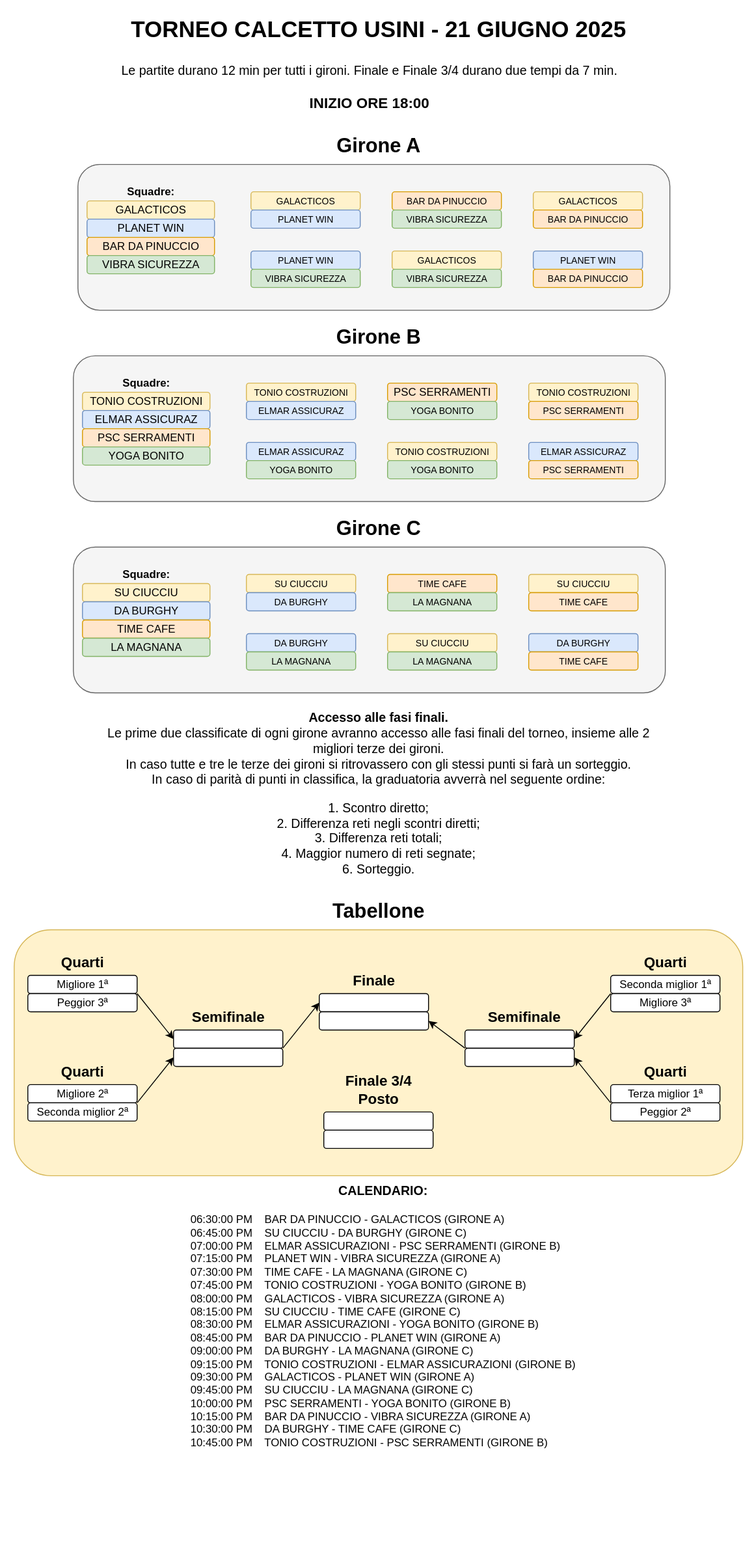
This is torneo-calcetto-2-2025/tabellone.svg from cscalaresu/tornei, a draw.io export, as it was before one commit. Source tidied: cells renumbered, new cells last; positions are measured from the earlier drawing's top-left corner, leaving out a move shared by most shapes.
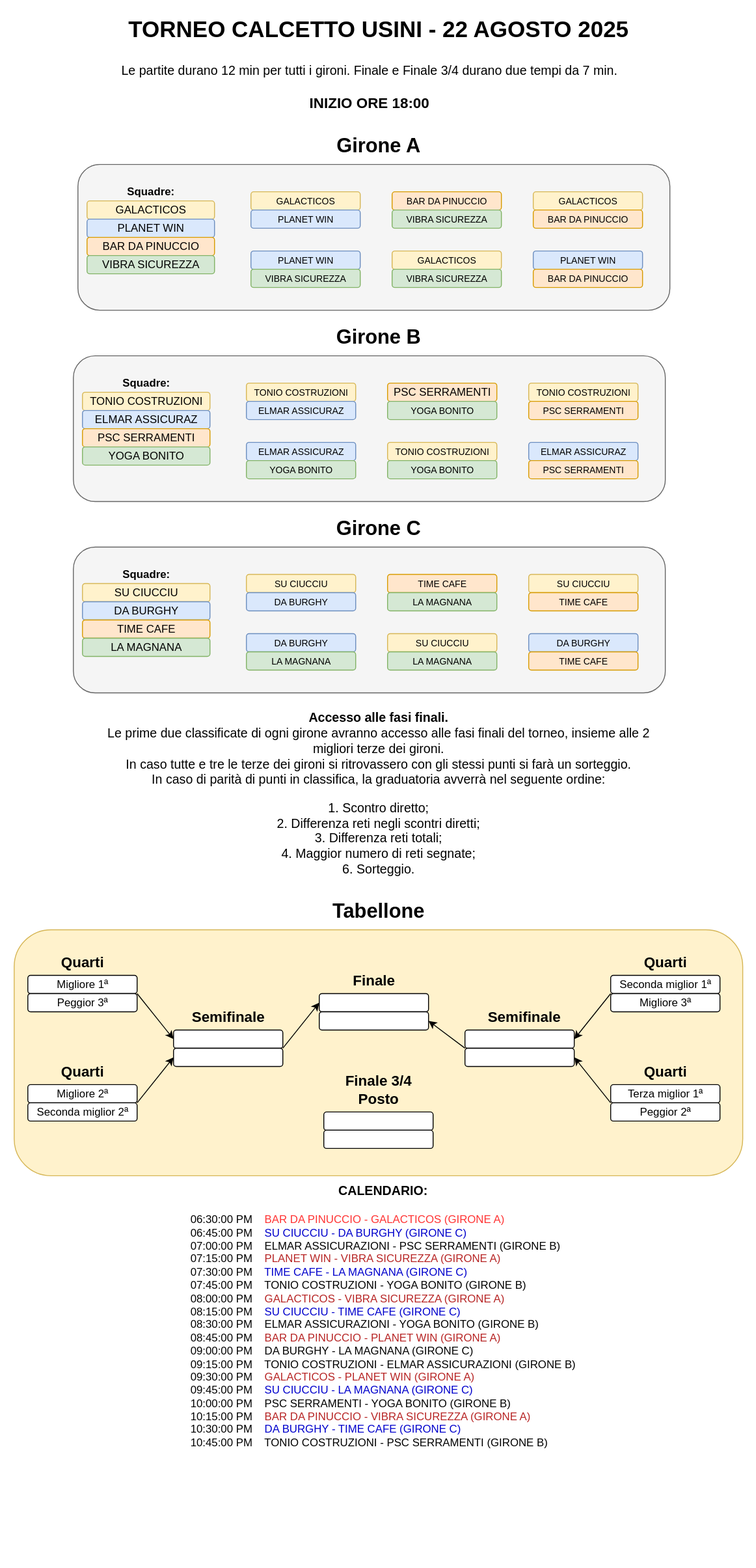
The same diagram one commit later.

Change to the diagram source:
```diff
@@ -8,7 +8,7 @@
     <mxCell id="3" value="&lt;font style=&quot;font-size: 22px;&quot;&gt;&lt;b&gt;Girone A&lt;/b&gt;&lt;/font&gt;" style="text;html=1;align=center;verticalAlign=middle;whiteSpace=wrap;rounded=0;" parent="1" vertex="1">
       <mxGeometry x="220" y="150" width="390" height="20" as="geometry" />
     </mxCell>
-    <mxCell id="4" value="&lt;font style=&quot;font-size: 25px;&quot;&gt;&lt;b&gt;TORNEO CALCETTO USINI - 21 GIUGNO 2025&lt;/b&gt;&lt;/font&gt;" style="text;html=1;align=center;verticalAlign=middle;whiteSpace=wrap;rounded=0;" parent="1" vertex="1">
+    <mxCell id="4" value="&lt;font style=&quot;font-size: 25px;&quot;&gt;&lt;b&gt;TORNEO CALCETTO USINI - 22 AGOSTO 2025&lt;/b&gt;&lt;/font&gt;" style="text;html=1;align=center;verticalAlign=middle;whiteSpace=wrap;rounded=0;" parent="1" vertex="1">
       <mxGeometry width="830" height="60" as="geometry" />
     </mxCell>
     <mxCell id="5" style="rounded=1;whiteSpace=wrap;html=1;fillColor=#f5f5f5;fontColor=#333333;strokeColor=#666666;" parent="1" vertex="1">
@@ -281,7 +281,7 @@
     <mxCell id="94" value="&lt;b&gt;Squadre:&lt;/b&gt;" style="text;html=1;align=center;verticalAlign=middle;whiteSpace=wrap;rounded=0;" parent="1" vertex="1">
       <mxGeometry x="110" y="200" width="110" height="20" as="geometry" />
     </mxCell>
-    <mxCell id="95" value="&lt;div align=&quot;center&quot;&gt;&lt;font style=&quot;font-size: 14px;&quot;&gt;&lt;b&gt;CALENDARIO:&lt;/b&gt;&lt;/font&gt;&lt;/div&gt;&lt;div align=&quot;center&quot;&gt;&lt;font style=&quot;font-size: 14px;&quot;&gt;&lt;b&gt;&lt;br&gt;&lt;/b&gt;&lt;/font&gt;&lt;/div&gt;&lt;div align=&quot;left&quot;&gt;06:30:00 PM&amp;nbsp; &amp;nbsp; BAR DA PINUCCIO - GALACTICOS (GIRONE A)&lt;br&gt;06:45:00 PM&amp;nbsp; &amp;nbsp; SU CIUCCIU - DA BURGHY (GIRONE C)&lt;br&gt;07:00:00 PM&amp;nbsp; &amp;nbsp; ELMAR ASSICURAZIONI - PSC SERRAMENTI (GIRONE B)&lt;br&gt;07:15:00 PM&amp;nbsp; &amp;nbsp; PLANET WIN - VIBRA SICUREZZA (GIRONE A)&lt;br&gt;07:30:00 PM&amp;nbsp; &amp;nbsp; TIME CAFE - LA MAGNANA (GIRONE C)&lt;br&gt;07:45:00 PM&amp;nbsp; &amp;nbsp; TONIO COSTRUZIONI - YOGA BONITO (GIRONE B)&lt;br&gt;08:00:00 PM&amp;nbsp; &amp;nbsp; GALACTICOS - VIBRA SICUREZZA (GIRONE A)&lt;br&gt;08:15:00 PM&amp;nbsp; &amp;nbsp; SU CIUCCIU - TIME CAFE (GIRONE C)&lt;br&gt;08:30:00 PM&amp;nbsp; &amp;nbsp; ELMAR ASSICURAZIONI - YOGA BONITO (GIRONE B)&lt;br&gt;08:45:00 PM&amp;nbsp; &amp;nbsp; BAR DA PINUCCIO - PLANET WIN (GIRONE A)&lt;br&gt;09:00:00 PM&amp;nbsp; &amp;nbsp; DA BURGHY - LA MAGNANA (GIRONE C)&lt;br&gt;09:15:00 PM&amp;nbsp; &amp;nbsp; TONIO COSTRUZIONI - ELMAR ASSICURAZIONI (GIRONE B)&lt;br&gt;09:30:00 PM&amp;nbsp; &amp;nbsp; GALACTICOS - PLANET WIN (GIRONE A)&lt;br&gt;09:45:00 PM&amp;nbsp; &amp;nbsp; SU CIUCCIU - LA MAGNANA (GIRONE C)&lt;br&gt;10:00:00 PM&amp;nbsp; &amp;nbsp; PSC SERRAMENTI - YOGA BONITO (GIRONE B)&lt;br&gt;10:15:00 PM&amp;nbsp; &amp;nbsp; BAR DA PINUCCIO - VIBRA SICUREZZA (GIRONE A)&lt;br&gt;10:30:00 PM&amp;nbsp; &amp;nbsp; DA BURGHY - TIME CAFE (GIRONE C)&lt;br&gt;10:45:00 PM&amp;nbsp; &amp;nbsp; TONIO COSTRUZIONI - PSC SERRAMENTI (GIRONE B)&lt;/div&gt;&lt;div align=&quot;left&quot;&gt;&lt;br&gt;&lt;/div&gt;&lt;br&gt;&lt;div align=&quot;left&quot;&gt;&lt;br&gt;&lt;/div&gt;" style="text;html=1;align=center;verticalAlign=middle;whiteSpace=wrap;rounded=0;" parent="1" vertex="1">
+    <mxCell id="95" value="&lt;div align=&quot;center&quot;&gt;&lt;font style=&quot;font-size: 14px;&quot;&gt;&lt;b&gt;CALENDARIO:&lt;/b&gt;&lt;/font&gt;&lt;/div&gt;&lt;div align=&quot;center&quot;&gt;&lt;font style=&quot;font-size: 14px;&quot;&gt;&lt;b&gt;&lt;br&gt;&lt;/b&gt;&lt;/font&gt;&lt;/div&gt;&lt;div align=&quot;left&quot;&gt;06:30:00 PM&amp;nbsp; &amp;nbsp; &lt;span style=&quot;color: rgb(183, 37, 37);&quot;&gt;&lt;span style=&quot;color: rgb(255, 51, 51);&quot;&gt;BAR DA PINUCCIO - GALACTICOS (GIRONE A)&lt;/span&gt;&lt;/span&gt;&lt;br&gt;06:45:00 PM&amp;nbsp; &amp;nbsp; &lt;span style=&quot;color: rgb(0, 0, 204);&quot;&gt;SU CIUCCIU - DA BURGHY (GIRONE C)&lt;/span&gt;&lt;br&gt;07:00:00 PM&amp;nbsp; &amp;nbsp; ELMAR ASSICURAZIONI - PSC SERRAMENTI (GIRONE B)&lt;br&gt;07:15:00 PM&amp;nbsp; &amp;nbsp; &lt;span style=&quot;color: rgb(183, 37, 37);&quot;&gt;PLANET WIN - VIBRA SICUREZZA (GIRONE A)&lt;/span&gt;&lt;br&gt;07:30:00 PM&amp;nbsp; &amp;nbsp; &lt;span style=&quot;color: rgb(0, 0, 204);&quot;&gt;TIME CAFE - LA MAGNANA (GIRONE C)&lt;/span&gt;&lt;br&gt;07:45:00 PM&amp;nbsp; &amp;nbsp; TONIO COSTRUZIONI - YOGA BONITO (GIRONE B)&lt;br&gt;08:00:00 PM&amp;nbsp; &amp;nbsp; &lt;span style=&quot;color: rgb(183, 37, 37);&quot;&gt;GALACTICOS - VIBRA SICUREZZA (GIRONE A)&lt;/span&gt;&lt;br&gt;08:15:00 PM&amp;nbsp; &amp;nbsp; &lt;span style=&quot;color: rgb(0, 0, 204);&quot;&gt;SU CIUCCIU - TIME CAFE (GIRONE C)&lt;/span&gt;&lt;br&gt;08:30:00 PM&amp;nbsp; &amp;nbsp; ELMAR ASSICURAZIONI - YOGA BONITO (GIRONE B)&lt;br&gt;08:45:00 PM&amp;nbsp; &amp;nbsp; &lt;span style=&quot;color: rgb(183, 37, 37);&quot;&gt;BAR DA PINUCCIO - PLANET WIN (GIRONE A)&lt;/span&gt;&lt;br&gt;09:00:00 PM&amp;nbsp; &amp;nbsp; &lt;span style=&quot;color: light-dark(rgb(0, 0, 204), rgb(237, 237, 237));&quot;&gt;&lt;span style=&quot;color: light-dark(rgb(0, 0, 0), rgb(237, 237, 237));&quot;&gt;DA BURGHY - LA MAGNANA (GIRONE C)&lt;/span&gt;&lt;/span&gt;&lt;br&gt;09:15:00 PM&amp;nbsp; &amp;nbsp; TONIO COSTRUZIONI - ELMAR ASSICURAZIONI (GIRONE B)&lt;br&gt;09:30:00 PM&amp;nbsp; &amp;nbsp; &lt;span style=&quot;color: rgb(183, 37, 37);&quot;&gt;GALACTICOS - PLANET WIN (GIRONE A)&lt;/span&gt;&lt;br&gt;09:45:00 PM&amp;nbsp; &amp;nbsp; &lt;span style=&quot;color: rgb(0, 0, 204);&quot;&gt;SU CIUCCIU - LA MAGNANA (GIRONE C)&lt;/span&gt;&lt;br&gt;10:00:00 PM&amp;nbsp; &amp;nbsp; PSC SERRAMENTI - YOGA BONITO (GIRONE B)&lt;br&gt;10:15:00 PM&amp;nbsp; &amp;nbsp; &lt;span style=&quot;color: rgb(183, 37, 37);&quot;&gt;BAR DA PINUCCIO - VIBRA SICUREZZA (GIRONE A)&lt;/span&gt;&lt;br&gt;10:30:00 PM&amp;nbsp; &amp;nbsp; &lt;span style=&quot;color: rgb(0, 0, 204);&quot;&gt;DA BURGHY - TIME CAFE (GIRONE C)&lt;/span&gt;&lt;br&gt;10:45:00 PM&amp;nbsp; &amp;nbsp; TONIO COSTRUZIONI - PSC SERRAMENTI (GIRONE B)&lt;/div&gt;&lt;div align=&quot;left&quot;&gt;&lt;br&gt;&lt;/div&gt;&lt;br&gt;&lt;div align=&quot;left&quot;&gt;&lt;br&gt;&lt;/div&gt;" style="text;html=1;align=center;verticalAlign=middle;whiteSpace=wrap;rounded=0;" parent="1" vertex="1">
       <mxGeometry x="20" y="1320" width="800" height="290" as="geometry" />
     </mxCell>
   </root>
```
